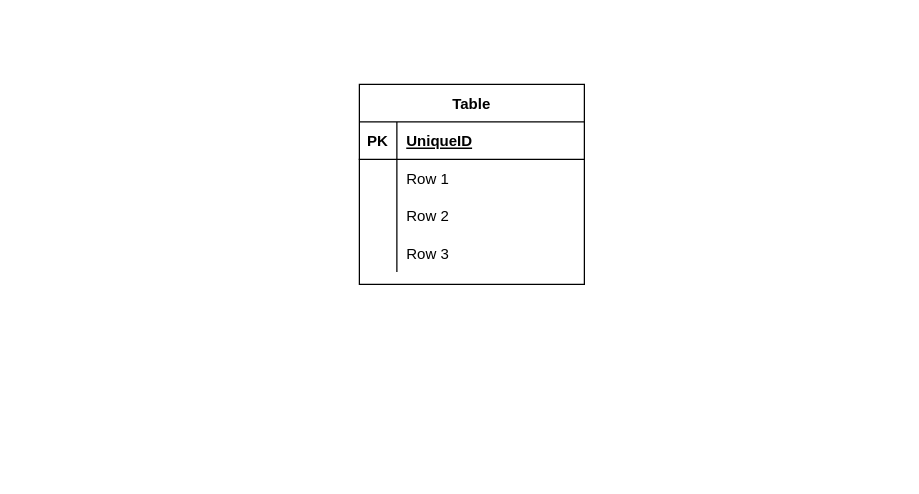
UnivespPQveredas01t20/rascunhoPI1 keeps this draw.io diagram as DB/Modelo/Modelo_inicial_biblioteca.drawio. Above is the earlier version. Source tidied: cells renumbered, new cells numbered last; positions are measured from the earlier drawing's top-left corner, leaving out a move shared by most shapes. Both pictures are drawn from the tidied source at 125%, with x=0, y=0 at pixel (359, 84).
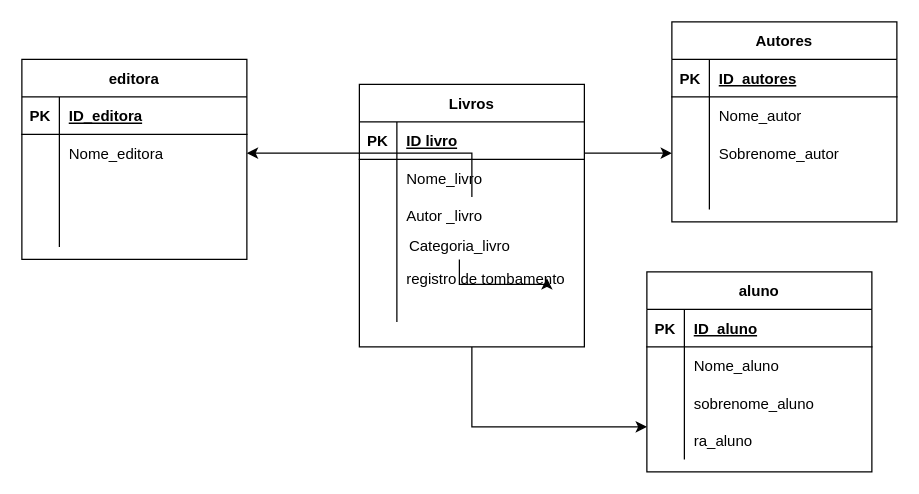
Above is the later version.

Commit message:
modelo _inicial_biblioteca

The change refers to these unchanged cells:
```xml
<mxCell id="3" style="shape=partialRectangle;fillColor=none;top=0;left=0;bottom=1;right=0;" parent="2" vertex="1">
  <mxGeometry y="30" width="180" height="30" as="geometry" />
</mxCell>
<mxCell id="6" style="shape=partialRectangle;fillColor=none;top=0;left=0;bottom=0;right=0;" parent="2" vertex="1">
  <mxGeometry y="60" width="180" height="30" as="geometry" />
</mxCell>
<mxCell id="9" style="shape=partialRectangle;fillColor=none;top=0;left=0;bottom=0;right=0;points=[[0,0.5],[1,0.5]];portConstraint=eastwest;" parent="2" vertex="1">
  <mxGeometry y="90" width="180" height="30" as="geometry" />
</mxCell>
```

Diff of the diagram source:
```diff
@@
+    <mxCell id="15" style="edgeStyle=orthogonalEdgeStyle;rounded=0;jettySize=auto;html=1;" parent="1" edge="1" source="18" target="12">
+      <mxGeometry relative="1" as="geometry" />
+    </mxCell>
+    <mxCell id="16" style="edgeStyle=orthogonalEdgeStyle;rounded=0;jettySize=auto;html=1;entryX=0;entryY=0.133;entryDx=0;entryDy=0;entryPerimeter=0;" parent="1" edge="1" source="2" target="55">
+      <mxGeometry relative="1" as="geometry" />
+    </mxCell>
+    <mxCell id="17" style="edgeStyle=orthogonalEdgeStyle;rounded=0;jettySize=auto;html=1;" parent="1" edge="1" source="2" target="39">
+      <mxGeometry relative="1" as="geometry">
+        <Array as="points">
+          <mxPoint x="190" y="55" />
+          <mxPoint x="190" y="55" />
+        </Array>
+      </mxGeometry>
+    </mxCell>
-    <mxCell id="2" value="Table" style="shape=table;startSize=30;childLayout=tableLayout;rowLines=0;fontStyle=1;align=center;" parent="1" vertex="1">
-      <mxGeometry width="180" height="160" as="geometry" />
+    <mxCell id="2" value="Livros" style="shape=table;startSize=30;childLayout=tableLayout;rowLines=0;fontStyle=1;align=center;" parent="1" vertex="1">
+      <mxGeometry width="180" height="210" as="geometry" />
     </mxCell>
@@
-    <mxCell id="5" value="UniqueID" style="shape=partialRectangle;fillColor=none;top=0;left=0;bottom=0;right=0;align=left;spacingLeft=6;fontStyle=5;overflow=hidden;" parent="3" vertex="1">
+    <mxCell id="5" value="ID livro" style="shape=partialRectangle;fillColor=none;top=0;left=0;bottom=0;right=0;align=left;spacingLeft=6;fontStyle=5;overflow=hidden;" parent="3" vertex="1">
       <mxGeometry x="30" width="150" height="30" as="geometry" />
     </mxCell>
@@
-    <mxCell id="8" value="Row 1" style="shape=partialRectangle;fillColor=none;top=0;left=0;bottom=0;right=0;align=left;spacingLeft=6;overflow=hidden;" parent="6" vertex="1">
+    <mxCell id="8" value="Nome_livro" style="shape=partialRectangle;fillColor=none;top=0;left=0;bottom=0;right=0;align=left;spacingLeft=6;overflow=hidden;" parent="6" vertex="1">
       <mxGeometry x="30" width="150" height="30" as="geometry" />
     </mxCell>
@@
-    <mxCell id="11" value="Row 2" style="shape=partialRectangle;fillColor=none;top=0;left=0;bottom=0;right=0;align=left;spacingLeft=6;overflow=hidden;" parent="9" vertex="1">
+    <mxCell id="11" value="Autor _livro" style="shape=partialRectangle;fillColor=none;top=0;left=0;bottom=0;right=0;align=left;spacingLeft=6;overflow=hidden;" parent="9" vertex="1">
       <mxGeometry x="30" width="150" height="30" as="geometry" />
     </mxCell>
     <mxCell id="12" style="shape=partialRectangle;fillColor=none;top=0;left=0;bottom=0;right=0;points=[[0,0.5],[1,0.5]];portConstraint=eastwest;" parent="2" vertex="1">
-      <mxGeometry y="120" width="180" height="30" as="geometry" />
+      <mxGeometry y="120" width="180" height="70" as="geometry" />
     </mxCell>
     <mxCell id="13" style="shape=partialRectangle;fillColor=none;top=0;left=0;bottom=0;right=0;overflow=hidden;" parent="12" vertex="1">
-      <mxGeometry width="30" height="30" as="geometry" />
+      <mxGeometry width="30" height="70" as="geometry" />
     </mxCell>
-    <mxCell id="14" value="Row 3" style="shape=partialRectangle;fillColor=none;top=0;left=0;bottom=0;right=0;align=left;spacingLeft=6;overflow=hidden;" parent="12" vertex="1">
-      <mxGeometry x="30" width="150" height="30" as="geometry" />
+    <mxCell id="14" value="registro de tombamento" style="shape=partialRectangle;fillColor=none;top=0;left=0;bottom=0;right=0;align=left;spacingLeft=6;overflow=hidden;" parent="12" vertex="1">
+      <mxGeometry x="30" width="150" height="70" as="geometry" />
     </mxCell>
+    <mxCell id="18" value="Categoria_livro" style="text;html=1;align=center;verticalAlign=middle;points=[];strokeColor=none;fillColor=none;" parent="1" vertex="1">
+      <mxGeometry x="30" y="120" width="100" height="20" as="geometry" />
+    </mxCell>
+    <mxCell id="19" value="editora" style="shape=table;startSize=30;childLayout=tableLayout;rowLines=0;fontStyle=1;align=center;gradientColor=none;" parent="1" vertex="1">
+      <mxGeometry x="-270" y="-20" width="180" height="160" as="geometry" />
+    </mxCell>
+    <mxCell id="20" style="shape=partialRectangle;fillColor=none;top=0;left=0;bottom=1;right=0;" parent="19" vertex="1">
+      <mxGeometry y="30" width="180" height="30" as="geometry" />
+    </mxCell>
+    <mxCell id="21" value="PK" style="shape=partialRectangle;fillColor=none;top=0;left=0;bottom=0;right=0;fontStyle=1;overflow=hidden;" parent="20" vertex="1">
+      <mxGeometry width="30" height="30" as="geometry" />
+    </mxCell>
+    <mxCell id="22" value="ID_editora" style="shape=partialRectangle;fillColor=none;top=0;left=0;bottom=0;right=0;align=left;spacingLeft=6;fontStyle=5;overflow=hidden;" parent="20" vertex="1">
+      <mxGeometry x="30" width="150" height="30" as="geometry" />
+    </mxCell>
+    <mxCell id="23" style="shape=partialRectangle;fillColor=none;top=0;left=0;bottom=0;right=0;points=[[0,0.5],[1,0.5]];portConstraint=eastwest;" parent="19" vertex="1">
+      <mxGeometry y="60" width="180" height="30" as="geometry" />
+    </mxCell>
+    <mxCell id="24" style="shape=partialRectangle;fillColor=none;top=0;left=0;bottom=0;right=0;overflow=hidden;" parent="23" vertex="1">
+      <mxGeometry width="30" height="30" as="geometry" />
+    </mxCell>
+    <mxCell id="25" value="Nome_editora" style="shape=partialRectangle;fillColor=none;top=0;left=0;bottom=0;right=0;align=left;spacingLeft=6;overflow=hidden;" parent="23" vertex="1">
+      <mxGeometry x="30" width="150" height="30" as="geometry" />
+    </mxCell>
+    <mxCell id="26" style="shape=partialRectangle;fillColor=none;top=0;left=0;bottom=0;right=0;" parent="19" vertex="1">
+      <mxGeometry y="90" width="180" height="30" as="geometry" />
+    </mxCell>
+    <mxCell id="27" style="shape=partialRectangle;fillColor=none;top=0;left=0;bottom=0;right=0;overflow=hidden;" parent="26" vertex="1">
+      <mxGeometry width="30" height="30" as="geometry" />
+    </mxCell>
+    <mxCell id="28" style="shape=partialRectangle;fillColor=none;top=0;left=0;bottom=0;right=0;align=left;spacingLeft=6;overflow=hidden;" parent="26" vertex="1">
+      <mxGeometry x="30" width="150" height="30" as="geometry" />
+    </mxCell>
+    <mxCell id="29" style="shape=partialRectangle;fillColor=none;top=0;left=0;bottom=0;right=0;" parent="19" vertex="1">
+      <mxGeometry y="120" width="180" height="30" as="geometry" />
+    </mxCell>
+    <mxCell id="30" style="shape=partialRectangle;fillColor=none;top=0;left=0;bottom=0;right=0;overflow=hidden;" parent="29" vertex="1">
+      <mxGeometry width="30" height="30" as="geometry" />
+    </mxCell>
+    <mxCell id="31" style="shape=partialRectangle;fillColor=none;top=0;left=0;bottom=0;right=0;align=left;spacingLeft=6;overflow=hidden;" parent="29" vertex="1">
+      <mxGeometry x="30" width="150" height="30" as="geometry" />
+    </mxCell>
+    <mxCell id="32" value="Autores" style="shape=table;startSize=30;childLayout=tableLayout;rowLines=0;fontStyle=1;align=center;gradientColor=none;" parent="1" vertex="1">
+      <mxGeometry x="250" y="-50" width="180" height="160" as="geometry" />
+    </mxCell>
+    <mxCell id="33" style="shape=partialRectangle;fillColor=none;top=0;left=0;bottom=1;right=0;" parent="32" vertex="1">
+      <mxGeometry y="30" width="180" height="30" as="geometry" />
+    </mxCell>
+    <mxCell id="34" value="PK" style="shape=partialRectangle;fillColor=none;top=0;left=0;bottom=0;right=0;fontStyle=1;overflow=hidden;" parent="33" vertex="1">
+      <mxGeometry width="30" height="30" as="geometry" />
+    </mxCell>
+    <mxCell id="35" value="ID_autores" style="shape=partialRectangle;fillColor=none;top=0;left=0;bottom=0;right=0;align=left;spacingLeft=6;fontStyle=5;overflow=hidden;" parent="33" vertex="1">
+      <mxGeometry x="30" width="150" height="30" as="geometry" />
+    </mxCell>
+    <mxCell id="36" style="shape=partialRectangle;fillColor=none;top=0;left=0;bottom=0;right=0;" parent="32" vertex="1">
+      <mxGeometry y="60" width="180" height="30" as="geometry" />
+    </mxCell>
+    <mxCell id="37" style="shape=partialRectangle;fillColor=none;top=0;left=0;bottom=0;right=0;overflow=hidden;" parent="36" vertex="1">
+      <mxGeometry width="30" height="30" as="geometry" />
+    </mxCell>
+    <mxCell id="38" value="Nome_autor" style="shape=partialRectangle;fillColor=none;top=0;left=0;bottom=0;right=0;align=left;spacingLeft=6;overflow=hidden;" parent="36" vertex="1">
+      <mxGeometry x="30" width="150" height="30" as="geometry" />
+    </mxCell>
+    <mxCell id="39" style="shape=partialRectangle;fillColor=none;top=0;left=0;bottom=0;right=0;points=[[0,0.5],[1,0.5]];portConstraint=eastwest;" parent="32" vertex="1">
+      <mxGeometry y="90" width="180" height="30" as="geometry" />
+    </mxCell>
+    <mxCell id="40" style="shape=partialRectangle;fillColor=none;top=0;left=0;bottom=0;right=0;overflow=hidden;" parent="39" vertex="1">
+      <mxGeometry width="30" height="30" as="geometry" />
+    </mxCell>
+    <mxCell id="41" value="Sobrenome_autor" style="shape=partialRectangle;fillColor=none;top=0;left=0;bottom=0;right=0;align=left;spacingLeft=6;overflow=hidden;" parent="39" vertex="1">
+      <mxGeometry x="30" width="150" height="30" as="geometry" />
+    </mxCell>
+    <mxCell id="42" style="shape=partialRectangle;fillColor=none;top=0;left=0;bottom=0;right=0;" parent="32" vertex="1">
+      <mxGeometry y="120" width="180" height="30" as="geometry" />
+    </mxCell>
+    <mxCell id="43" style="shape=partialRectangle;fillColor=none;top=0;left=0;bottom=0;right=0;overflow=hidden;" parent="42" vertex="1">
+      <mxGeometry width="30" height="30" as="geometry" />
+    </mxCell>
+    <mxCell id="44" style="shape=partialRectangle;fillColor=none;top=0;left=0;bottom=0;right=0;align=left;spacingLeft=6;overflow=hidden;" parent="42" vertex="1">
+      <mxGeometry x="30" width="150" height="30" as="geometry" />
+    </mxCell>
+    <mxCell id="45" value="aluno" style="shape=table;startSize=30;childLayout=tableLayout;rowLines=0;fontStyle=1;align=center;gradientColor=none;" parent="1" vertex="1">
+      <mxGeometry x="230" y="150" width="180" height="160" as="geometry" />
+    </mxCell>
+    <mxCell id="46" style="shape=partialRectangle;fillColor=none;top=0;left=0;bottom=1;right=0;" parent="45" vertex="1">
+      <mxGeometry y="30" width="180" height="30" as="geometry" />
+    </mxCell>
+    <mxCell id="47" value="PK" style="shape=partialRectangle;fillColor=none;top=0;left=0;bottom=0;right=0;fontStyle=1;overflow=hidden;" parent="46" vertex="1">
+      <mxGeometry width="30" height="30" as="geometry" />
+    </mxCell>
+    <mxCell id="48" value="ID_aluno" style="shape=partialRectangle;fillColor=none;top=0;left=0;bottom=0;right=0;align=left;spacingLeft=6;fontStyle=5;overflow=hidden;" parent="46" vertex="1">
+      <mxGeometry x="30" width="150" height="30" as="geometry" />
+    </mxCell>
+    <mxCell id="49" style="shape=partialRectangle;fillColor=none;top=0;left=0;bottom=0;right=0;" parent="45" vertex="1">
+      <mxGeometry y="60" width="180" height="30" as="geometry" />
+    </mxCell>
+    <mxCell id="50" style="shape=partialRectangle;fillColor=none;top=0;left=0;bottom=0;right=0;overflow=hidden;" parent="49" vertex="1">
+      <mxGeometry width="30" height="30" as="geometry" />
+    </mxCell>
+    <mxCell id="51" value="Nome_aluno" style="shape=partialRectangle;fillColor=none;top=0;left=0;bottom=0;right=0;align=left;spacingLeft=6;overflow=hidden;" parent="49" vertex="1">
+      <mxGeometry x="30" width="150" height="30" as="geometry" />
+    </mxCell>
+    <mxCell id="52" style="shape=partialRectangle;fillColor=none;top=0;left=0;bottom=0;right=0;" parent="45" vertex="1">
+      <mxGeometry y="90" width="180" height="30" as="geometry" />
+    </mxCell>
+    <mxCell id="53" style="shape=partialRectangle;fillColor=none;top=0;left=0;bottom=0;right=0;overflow=hidden;" parent="52" vertex="1">
+      <mxGeometry width="30" height="30" as="geometry" />
+    </mxCell>
+    <mxCell id="54" value="sobrenome_aluno" style="shape=partialRectangle;fillColor=none;top=0;left=0;bottom=0;right=0;align=left;spacingLeft=6;overflow=hidden;" parent="52" vertex="1">
+      <mxGeometry x="30" width="150" height="30" as="geometry" />
+    </mxCell>
+    <mxCell id="55" style="shape=partialRectangle;fillColor=none;top=0;left=0;bottom=0;right=0;points=[[0,0.5],[1,0.5]];portConstraint=eastwest;" parent="45" vertex="1">
+      <mxGeometry y="120" width="180" height="30" as="geometry" />
+    </mxCell>
+    <mxCell id="56" style="shape=partialRectangle;fillColor=none;top=0;left=0;bottom=0;right=0;overflow=hidden;" parent="55" vertex="1">
+      <mxGeometry width="30" height="30" as="geometry" />
+    </mxCell>
+    <mxCell id="57" value="ra_aluno" style="shape=partialRectangle;fillColor=none;top=0;left=0;bottom=0;right=0;align=left;spacingLeft=6;overflow=hidden;" parent="55" vertex="1">
+      <mxGeometry x="30" width="150" height="30" as="geometry" />
+    </mxCell>
+    <mxCell id="58" style="edgeStyle=orthogonalEdgeStyle;rounded=0;jettySize=auto;html=1;" parent="1" edge="1" source="9" target="23">
+      <mxGeometry relative="1" as="geometry">
+        <Array as="points">
+          <mxPoint x="90" y="55" />
+        </Array>
+      </mxGeometry>
+    </mxCell>
```
